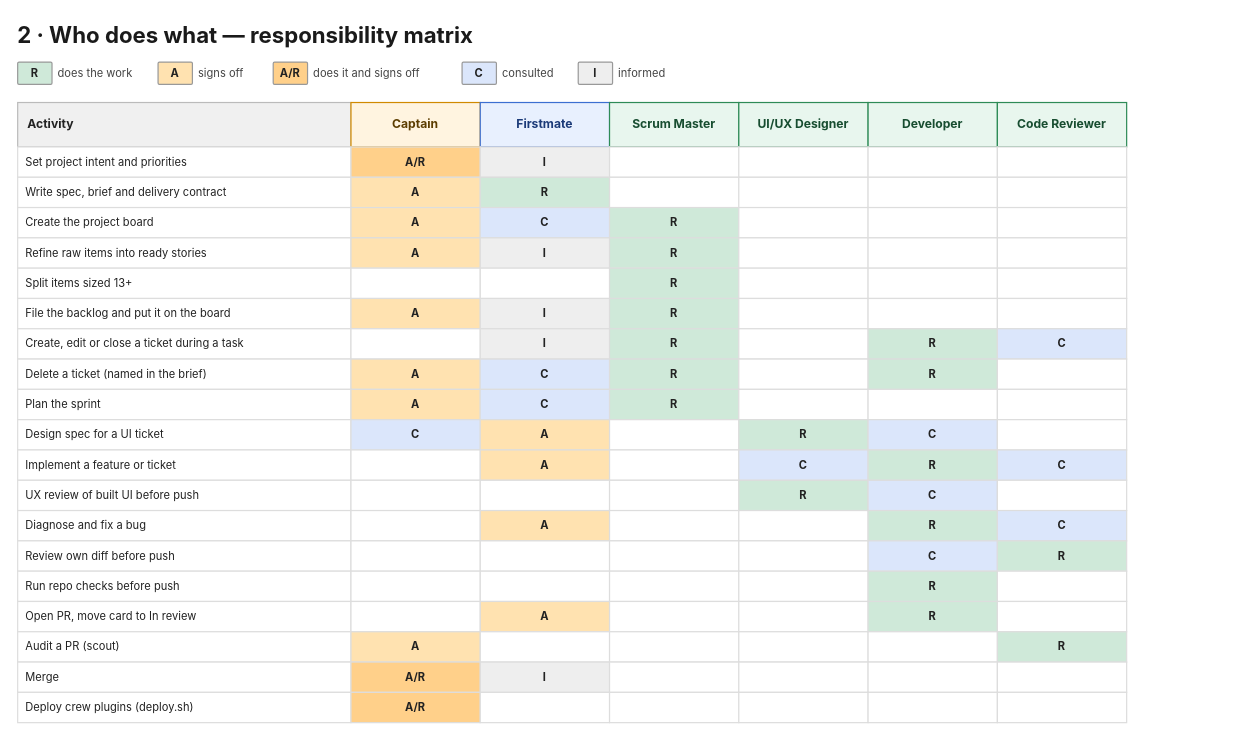
This is page "2 · Responsibility matrix" (2 of 3) of docs/firstmate/team.drawio from shulginilya/ai_agency_plugins, a draw.io file, before an edit. Source tidied: cells renumbered, new cells numbered last; positions are measured from the earlier drawing's top-left corner, leaving out a move shared by most shapes. Both pictures are drawn from the tidied source at 101%, with x=0, y=0 at pixel (17, 17).
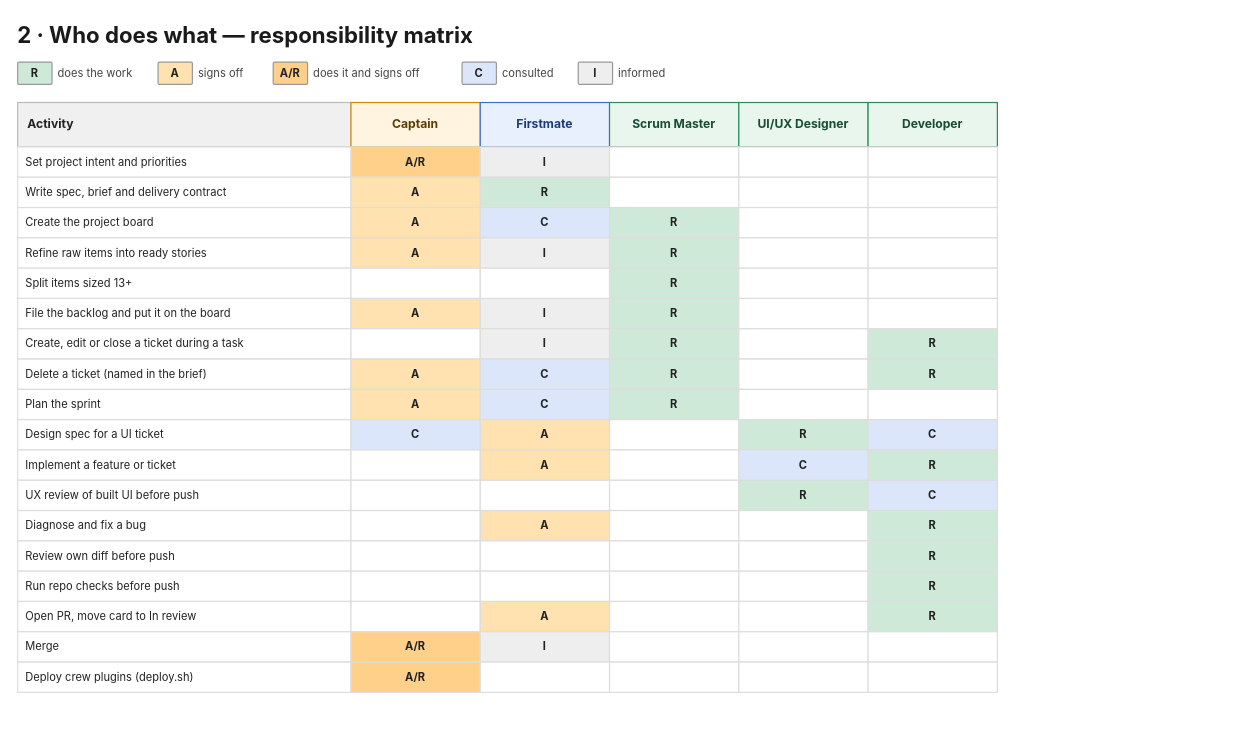
Above is the later version.

Change to the diagram source:
```diff
@@
-    <mxCell id="19" value="&lt;div style=&quot;font-size:12px;&quot;&gt;&lt;b&gt;Code Reviewer&lt;/b&gt;&lt;/div&gt;" style="rounded=0;arcSize=6;whiteSpace=wrap;html=1;fillColor=#e8f6ee;strokeColor=#2e8b57;fontColor=#174d30;strokeWidth=1.2;align=center;verticalAlign=middle;spacing=4;fontFamily=Inter;" parent="1" vertex="1">
-      <mxGeometry x="970" y="84" width="128" height="44" as="geometry" />
-    </mxCell>
@@
-    <mxCell id="26" value="&lt;div style=&quot;font-size:11px;&quot;&gt;&lt;/div&gt;" style="rounded=0;arcSize=6;whiteSpace=wrap;html=1;fillColor=#ffffff;strokeColor=#dddddd;fontColor=#222222;strokeWidth=1.2;align=center;verticalAlign=middle;spacing=2;fontFamily=Inter;" parent="1" vertex="1">
-      <mxGeometry x="970" y="128" width="128" height="30" as="geometry" />
-    </mxCell>
@@
-    <mxCell id="33" value="&lt;div style=&quot;font-size:11px;&quot;&gt;&lt;/div&gt;" style="rounded=0;arcSize=6;whiteSpace=wrap;html=1;fillColor=#ffffff;strokeColor=#dddddd;fontColor=#222222;strokeWidth=1.2;align=center;verticalAlign=middle;spacing=2;fontFamily=Inter;" parent="1" vertex="1">
-      <mxGeometry x="970" y="158" width="128" height="30" as="geometry" />
-    </mxCell>
@@
-    <mxCell id="40" value="&lt;div style=&quot;font-size:11px;&quot;&gt;&lt;/div&gt;" style="rounded=0;arcSize=6;whiteSpace=wrap;html=1;fillColor=#ffffff;strokeColor=#dddddd;fontColor=#222222;strokeWidth=1.2;align=center;verticalAlign=middle;spacing=2;fontFamily=Inter;" parent="1" vertex="1">
-      <mxGeometry x="970" y="188" width="128" height="30" as="geometry" />
-    </mxCell>
@@
-    <mxCell id="47" value="&lt;div style=&quot;font-size:11px;&quot;&gt;&lt;/div&gt;" style="rounded=0;arcSize=6;whiteSpace=wrap;html=1;fillColor=#ffffff;strokeColor=#dddddd;fontColor=#222222;strokeWidth=1.2;align=center;verticalAlign=middle;spacing=2;fontFamily=Inter;" parent="1" vertex="1">
-      <mxGeometry x="970" y="218" width="128" height="30" as="geometry" />
-    </mxCell>
@@
-    <mxCell id="54" value="&lt;div style=&quot;font-size:11px;&quot;&gt;&lt;/div&gt;" style="rounded=0;arcSize=6;whiteSpace=wrap;html=1;fillColor=#ffffff;strokeColor=#dddddd;fontColor=#222222;strokeWidth=1.2;align=center;verticalAlign=middle;spacing=2;fontFamily=Inter;" parent="1" vertex="1">
-      <mxGeometry x="970" y="248" width="128" height="30" as="geometry" />
-    </mxCell>
@@
-    <mxCell id="61" value="&lt;div style=&quot;font-size:11px;&quot;&gt;&lt;/div&gt;" style="rounded=0;arcSize=6;whiteSpace=wrap;html=1;fillColor=#ffffff;strokeColor=#dddddd;fontColor=#222222;strokeWidth=1.2;align=center;verticalAlign=middle;spacing=2;fontFamily=Inter;" parent="1" vertex="1">
-      <mxGeometry x="970" y="278" width="128" height="30" as="geometry" />
-    </mxCell>
@@
-    <mxCell id="68" value="&lt;div style=&quot;font-size:11px;&quot;&gt;&lt;b&gt;C&lt;/b&gt;&lt;/div&gt;" style="rounded=0;arcSize=6;whiteSpace=wrap;html=1;fillColor=#dbe6fb;strokeColor=#dddddd;fontColor=#222222;strokeWidth=1.2;align=center;verticalAlign=middle;spacing=2;fontFamily=Inter;" parent="1" vertex="1">
-      <mxGeometry x="970" y="308" width="128" height="30" as="geometry" />
-    </mxCell>
@@
-    <mxCell id="75" value="&lt;div style=&quot;font-size:11px;&quot;&gt;&lt;/div&gt;" style="rounded=0;arcSize=6;whiteSpace=wrap;html=1;fillColor=#ffffff;strokeColor=#dddddd;fontColor=#222222;strokeWidth=1.2;align=center;verticalAlign=middle;spacing=2;fontFamily=Inter;" parent="1" vertex="1">
-      <mxGeometry x="970" y="338" width="128" height="30" as="geometry" />
-    </mxCell>
@@
-    <mxCell id="82" value="&lt;div style=&quot;font-size:11px;&quot;&gt;&lt;/div&gt;" style="rounded=0;arcSize=6;whiteSpace=wrap;html=1;fillColor=#ffffff;strokeColor=#dddddd;fontColor=#222222;strokeWidth=1.2;align=center;verticalAlign=middle;spacing=2;fontFamily=Inter;" parent="1" vertex="1">
-      <mxGeometry x="970" y="368" width="128" height="30" as="geometry" />
-    </mxCell>
@@
-    <mxCell id="89" value="&lt;div style=&quot;font-size:11px;&quot;&gt;&lt;/div&gt;" style="rounded=0;arcSize=6;whiteSpace=wrap;html=1;fillColor=#ffffff;strokeColor=#dddddd;fontColor=#222222;strokeWidth=1.2;align=center;verticalAlign=middle;spacing=2;fontFamily=Inter;" parent="1" vertex="1">
-      <mxGeometry x="970" y="398" width="128" height="30" as="geometry" />
-    </mxCell>
@@
-    <mxCell id="96" value="&lt;div style=&quot;font-size:11px;&quot;&gt;&lt;b&gt;C&lt;/b&gt;&lt;/div&gt;" style="rounded=0;arcSize=6;whiteSpace=wrap;html=1;fillColor=#dbe6fb;strokeColor=#dddddd;fontColor=#222222;strokeWidth=1.2;align=center;verticalAlign=middle;spacing=2;fontFamily=Inter;" parent="1" vertex="1">
-      <mxGeometry x="970" y="428" width="128" height="30" as="geometry" />
-    </mxCell>
@@
-    <mxCell id="103" value="&lt;div style=&quot;font-size:11px;&quot;&gt;&lt;/div&gt;" style="rounded=0;arcSize=6;whiteSpace=wrap;html=1;fillColor=#ffffff;strokeColor=#dddddd;fontColor=#222222;strokeWidth=1.2;align=center;verticalAlign=middle;spacing=2;fontFamily=Inter;" parent="1" vertex="1">
-      <mxGeometry x="970" y="458" width="128" height="30" as="geometry" />
-    </mxCell>
@@
-    <mxCell id="110" value="&lt;div style=&quot;font-size:11px;&quot;&gt;&lt;b&gt;C&lt;/b&gt;&lt;/div&gt;" style="rounded=0;arcSize=6;whiteSpace=wrap;html=1;fillColor=#dbe6fb;strokeColor=#dddddd;fontColor=#222222;strokeWidth=1.2;align=center;verticalAlign=middle;spacing=2;fontFamily=Inter;" parent="1" vertex="1">
-      <mxGeometry x="970" y="488" width="128" height="30" as="geometry" />
-    </mxCell>
@@
-    <mxCell id="116" value="&lt;div style=&quot;font-size:11px;&quot;&gt;&lt;b&gt;C&lt;/b&gt;&lt;/div&gt;" style="rounded=0;arcSize=6;whiteSpace=wrap;html=1;fillColor=#dbe6fb;strokeColor=#dddddd;fontColor=#222222;strokeWidth=1.2;align=center;verticalAlign=middle;spacing=2;fontFamily=Inter;" parent="1" vertex="1">
+    <mxCell id="116" value="&lt;div style=&quot;font-size:11px;&quot;&gt;&lt;b&gt;R&lt;/b&gt;&lt;/div&gt;" style="rounded=0;arcSize=6;whiteSpace=wrap;html=1;fillColor=#cfe9d9;strokeColor=#dddddd;fontColor=#222222;strokeWidth=1.2;align=center;verticalAlign=middle;spacing=2;fontFamily=Inter;" parent="1" vertex="1">
       <mxGeometry x="842" y="518" width="128" height="30" as="geometry" />
     </mxCell>
-    <mxCell id="117" value="&lt;div style=&quot;font-size:11px;&quot;&gt;&lt;b&gt;R&lt;/b&gt;&lt;/div&gt;" style="rounded=0;arcSize=6;whiteSpace=wrap;html=1;fillColor=#cfe9d9;strokeColor=#dddddd;fontColor=#222222;strokeWidth=1.2;align=center;verticalAlign=middle;spacing=2;fontFamily=Inter;" parent="1" vertex="1">
-      <mxGeometry x="970" y="518" width="128" height="30" as="geometry" />
-    </mxCell>
@@
-    <mxCell id="124" value="&lt;div style=&quot;font-size:11px;&quot;&gt;&lt;/div&gt;" style="rounded=0;arcSize=6;whiteSpace=wrap;html=1;fillColor=#ffffff;strokeColor=#dddddd;fontColor=#222222;strokeWidth=1.2;align=center;verticalAlign=middle;spacing=2;fontFamily=Inter;" parent="1" vertex="1">
-      <mxGeometry x="970" y="548" width="128" height="30" as="geometry" />
-    </mxCell>
@@
-    <mxCell id="131" value="&lt;div style=&quot;font-size:11px;&quot;&gt;&lt;/div&gt;" style="rounded=0;arcSize=6;whiteSpace=wrap;html=1;fillColor=#ffffff;strokeColor=#dddddd;fontColor=#222222;strokeWidth=1.2;align=center;verticalAlign=middle;spacing=2;fontFamily=Inter;" parent="1" vertex="1">
-      <mxGeometry x="970" y="578" width="128" height="30" as="geometry" />
-    </mxCell>
-    <mxCell id="132" value="&lt;div style=&quot;font-size:11px;&quot;&gt;Audit a PR (scout)&lt;/div&gt;" style="rounded=0;arcSize=6;whiteSpace=wrap;html=1;fillColor=#ffffff;strokeColor=#dddddd;fontColor=#222222;strokeWidth=1.2;align=left;verticalAlign=middle;spacing=8;fontFamily=Inter;" parent="1" vertex="1">
+    <mxCell id="132" value="&lt;div style=&quot;font-size:11px;&quot;&gt;Merge&lt;/div&gt;" style="rounded=0;arcSize=6;whiteSpace=wrap;html=1;fillColor=#ffffff;strokeColor=#dddddd;fontColor=#222222;strokeWidth=1.2;align=left;verticalAlign=middle;spacing=8;fontFamily=Inter;" parent="1" vertex="1">
       <mxGeometry y="608" width="330" height="30" as="geometry" />
     </mxCell>
-    <mxCell id="133" value="&lt;div style=&quot;font-size:11px;&quot;&gt;&lt;b&gt;A&lt;/b&gt;&lt;/div&gt;" style="rounded=0;arcSize=6;whiteSpace=wrap;html=1;fillColor=#ffe2b0;strokeColor=#dddddd;fontColor=#222222;strokeWidth=1.2;align=center;verticalAlign=middle;spacing=2;fontFamily=Inter;" parent="1" vertex="1">
+    <mxCell id="133" value="&lt;div style=&quot;font-size:11px;&quot;&gt;&lt;b&gt;A/R&lt;/b&gt;&lt;/div&gt;" style="rounded=0;arcSize=6;whiteSpace=wrap;html=1;fillColor=#ffd08a;strokeColor=#dddddd;fontColor=#222222;strokeWidth=1.2;align=center;verticalAlign=middle;spacing=2;fontFamily=Inter;" parent="1" vertex="1">
       <mxGeometry x="330" y="608" width="128" height="30" as="geometry" />
     </mxCell>
-    <mxCell id="134" value="&lt;div style=&quot;font-size:11px;&quot;&gt;&lt;/div&gt;" style="rounded=0;arcSize=6;whiteSpace=wrap;html=1;fillColor=#ffffff;strokeColor=#dddddd;fontColor=#222222;strokeWidth=1.2;align=center;verticalAlign=middle;spacing=2;fontFamily=Inter;" parent="1" vertex="1">
+    <mxCell id="134" value="&lt;div style=&quot;font-size:11px;&quot;&gt;&lt;b&gt;I&lt;/b&gt;&lt;/div&gt;" style="rounded=0;arcSize=6;whiteSpace=wrap;html=1;fillColor=#eeeeee;strokeColor=#dddddd;fontColor=#222222;strokeWidth=1.2;align=center;verticalAlign=middle;spacing=2;fontFamily=Inter;" parent="1" vertex="1">
       <mxGeometry x="458" y="608" width="128" height="30" as="geometry" />
     </mxCell>
@@
-    <mxCell id="138" value="&lt;div style=&quot;font-size:11px;&quot;&gt;&lt;b&gt;R&lt;/b&gt;&lt;/div&gt;" style="rounded=0;arcSize=6;whiteSpace=wrap;html=1;fillColor=#cfe9d9;strokeColor=#dddddd;fontColor=#222222;strokeWidth=1.2;align=center;verticalAlign=middle;spacing=2;fontFamily=Inter;" parent="1" vertex="1">
-      <mxGeometry x="970" y="608" width="128" height="30" as="geometry" />
-    </mxCell>
-    <mxCell id="139" value="&lt;div style=&quot;font-size:11px;&quot;&gt;Merge&lt;/div&gt;" style="rounded=0;arcSize=6;whiteSpace=wrap;html=1;fillColor=#ffffff;strokeColor=#dddddd;fontColor=#222222;strokeWidth=1.2;align=left;verticalAlign=middle;spacing=8;fontFamily=Inter;" parent="1" vertex="1">
+    <mxCell id="139" value="&lt;div style=&quot;font-size:11px;&quot;&gt;Deploy crew plugins (deploy.sh)&lt;/div&gt;" style="rounded=0;arcSize=6;whiteSpace=wrap;html=1;fillColor=#ffffff;strokeColor=#dddddd;fontColor=#222222;strokeWidth=1.2;align=left;verticalAlign=middle;spacing=8;fontFamily=Inter;" parent="1" vertex="1">
       <mxGeometry y="638" width="330" height="30" as="geometry" />
     </mxCell>
@@
-    <mxCell id="141" value="&lt;div style=&quot;font-size:11px;&quot;&gt;&lt;b&gt;I&lt;/b&gt;&lt;/div&gt;" style="rounded=0;arcSize=6;whiteSpace=wrap;html=1;fillColor=#eeeeee;strokeColor=#dddddd;fontColor=#222222;strokeWidth=1.2;align=center;verticalAlign=middle;spacing=2;fontFamily=Inter;" parent="1" vertex="1">
+    <mxCell id="141" value="&lt;div style=&quot;font-size:11px;&quot;&gt;&lt;/div&gt;" style="rounded=0;arcSize=6;whiteSpace=wrap;html=1;fillColor=#ffffff;strokeColor=#dddddd;fontColor=#222222;strokeWidth=1.2;align=center;verticalAlign=middle;spacing=2;fontFamily=Inter;" parent="1" vertex="1">
       <mxGeometry x="458" y="638" width="128" height="30" as="geometry" />
     </mxCell>
@@
-    <mxCell id="145" value="&lt;div style=&quot;font-size:11px;&quot;&gt;&lt;/div&gt;" style="rounded=0;arcSize=6;whiteSpace=wrap;html=1;fillColor=#ffffff;strokeColor=#dddddd;fontColor=#222222;strokeWidth=1.2;align=center;verticalAlign=middle;spacing=2;fontFamily=Inter;" parent="1" vertex="1">
-      <mxGeometry x="970" y="638" width="128" height="30" as="geometry" />
-    </mxCell>
-    <mxCell id="146" value="&lt;div style=&quot;font-size:11px;&quot;&gt;Deploy crew plugins (deploy.sh)&lt;/div&gt;" style="rounded=0;arcSize=6;whiteSpace=wrap;html=1;fillColor=#ffffff;strokeColor=#dddddd;fontColor=#222222;strokeWidth=1.2;align=left;verticalAlign=middle;spacing=8;fontFamily=Inter;" parent="1" vertex="1">
-      <mxGeometry y="668" width="330" height="30" as="geometry" />
-    </mxCell>
-    <mxCell id="147" value="&lt;div style=&quot;font-size:11px;&quot;&gt;&lt;b&gt;A/R&lt;/b&gt;&lt;/div&gt;" style="rounded=0;arcSize=6;whiteSpace=wrap;html=1;fillColor=#ffd08a;strokeColor=#dddddd;fontColor=#222222;strokeWidth=1.2;align=center;verticalAlign=middle;spacing=2;fontFamily=Inter;" parent="1" vertex="1">
-      <mxGeometry x="330" y="668" width="128" height="30" as="geometry" />
-    </mxCell>
-    <mxCell id="148" value="&lt;div style=&quot;font-size:11px;&quot;&gt;&lt;/div&gt;" style="rounded=0;arcSize=6;whiteSpace=wrap;html=1;fillColor=#ffffff;strokeColor=#dddddd;fontColor=#222222;strokeWidth=1.2;align=center;verticalAlign=middle;spacing=2;fontFamily=Inter;" parent="1" vertex="1">
-      <mxGeometry x="458" y="668" width="128" height="30" as="geometry" />
-    </mxCell>
-    <mxCell id="149" value="&lt;div style=&quot;font-size:11px;&quot;&gt;&lt;/div&gt;" style="rounded=0;arcSize=6;whiteSpace=wrap;html=1;fillColor=#ffffff;strokeColor=#dddddd;fontColor=#222222;strokeWidth=1.2;align=center;verticalAlign=middle;spacing=2;fontFamily=Inter;" parent="1" vertex="1">
-      <mxGeometry x="586" y="668" width="128" height="30" as="geometry" />
-    </mxCell>
-    <mxCell id="150" value="&lt;div style=&quot;font-size:11px;&quot;&gt;&lt;/div&gt;" style="rounded=0;arcSize=6;whiteSpace=wrap;html=1;fillColor=#ffffff;strokeColor=#dddddd;fontColor=#222222;strokeWidth=1.2;align=center;verticalAlign=middle;spacing=2;fontFamily=Inter;" parent="1" vertex="1">
-      <mxGeometry x="714" y="668" width="128" height="30" as="geometry" />
-    </mxCell>
-    <mxCell id="151" value="&lt;div style=&quot;font-size:11px;&quot;&gt;&lt;/div&gt;" style="rounded=0;arcSize=6;whiteSpace=wrap;html=1;fillColor=#ffffff;strokeColor=#dddddd;fontColor=#222222;strokeWidth=1.2;align=center;verticalAlign=middle;spacing=2;fontFamily=Inter;" parent="1" vertex="1">
-      <mxGeometry x="842" y="668" width="128" height="30" as="geometry" />
-    </mxCell>
-    <mxCell id="152" value="&lt;div style=&quot;font-size:11px;&quot;&gt;&lt;/div&gt;" style="rounded=0;arcSize=6;whiteSpace=wrap;html=1;fillColor=#ffffff;strokeColor=#dddddd;fontColor=#222222;strokeWidth=1.2;align=center;verticalAlign=middle;spacing=2;fontFamily=Inter;" parent="1" vertex="1">
-      <mxGeometry x="970" y="668" width="128" height="30" as="geometry" />
-    </mxCell>
```
